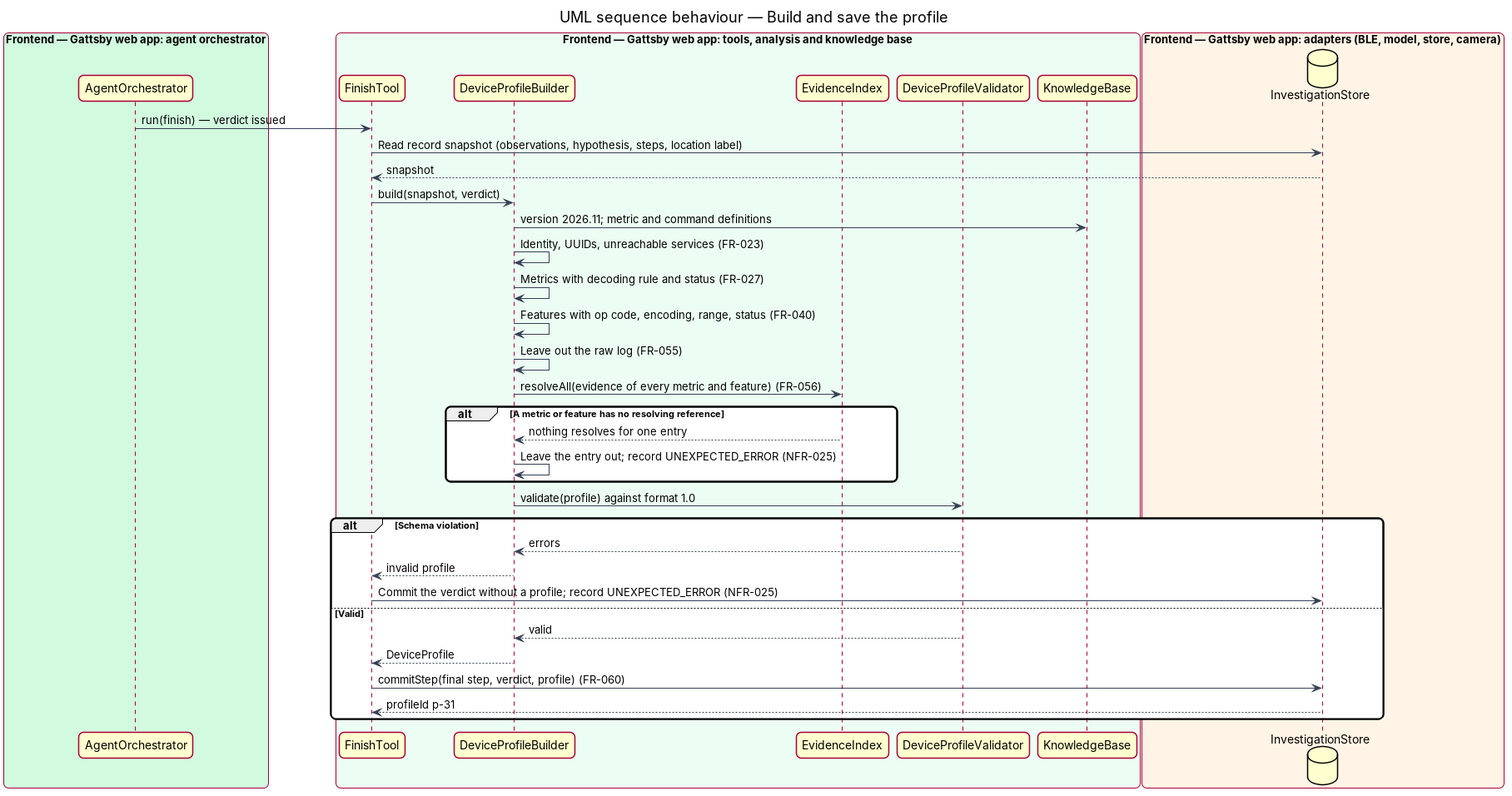
Before: docs/detailed-designs/outcome/build-the-device-profile/diagrams/sequence-build-and-save-the-profile.png, a diagram exported from PlantUML (QuinntyneBrown/gattsby). Its source is kept beside it as docs/detailed-designs/outcome/build-the-device-profile/diagrams/sequence-build-and-save-the-profile.puml.
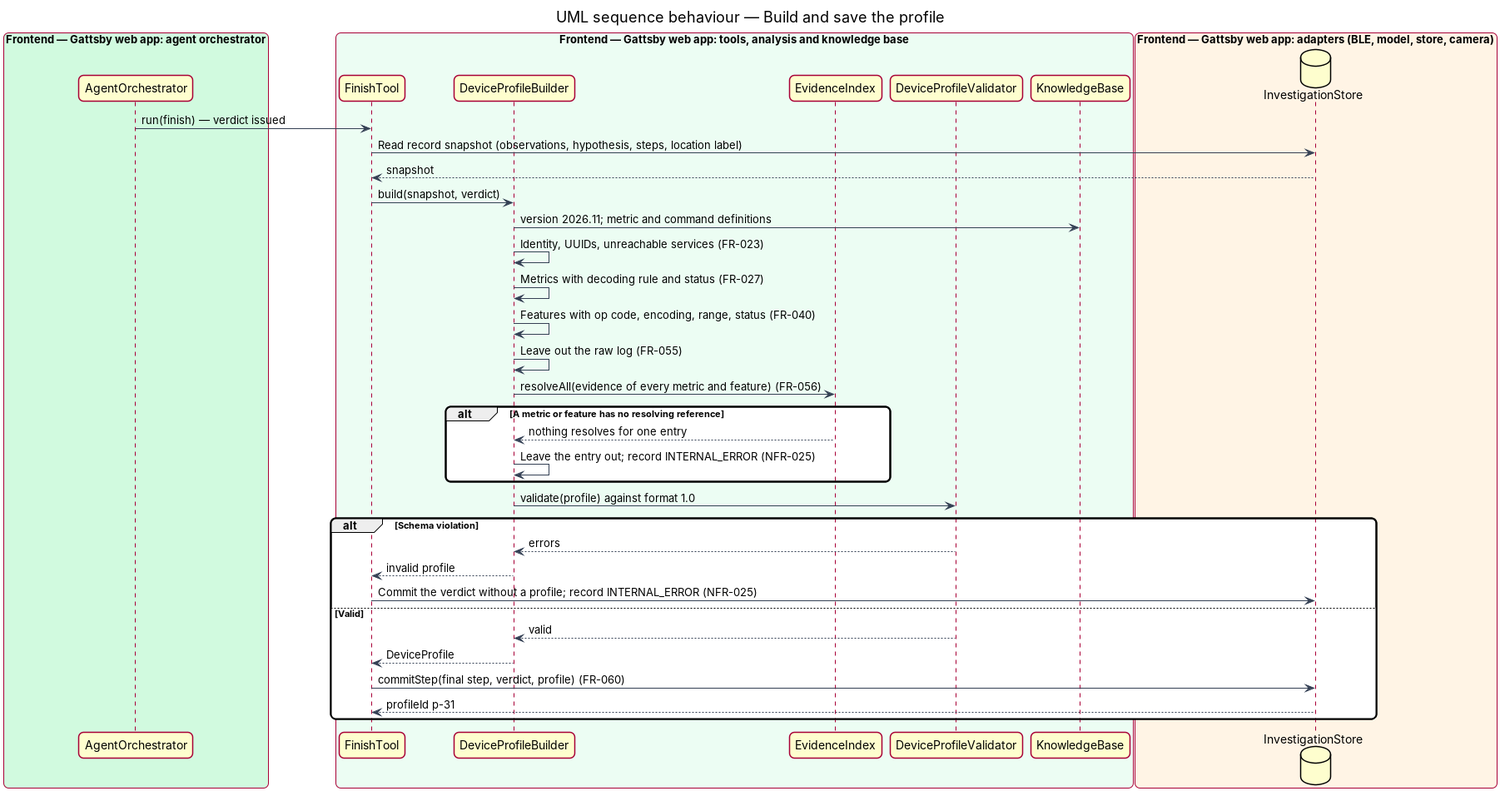
The same diagram one commit later.

The edit, as a diff of the source:
```diff
@@ -40,13 +40,13 @@
 builder -> index : resolveAll(evidence of every metric and feature) (FR-056)
 alt A metric or feature has no resolving reference
   index --> builder : nothing resolves for one entry
-  builder -> builder : Leave the entry out; record UNEXPECTED_ERROR (NFR-025)
+  builder -> builder : Leave the entry out; record INTERNAL_ERROR (NFR-025)
 end
 builder -> validator : validate(profile) against format 1.0
 alt Schema violation
   validator --> builder : errors
   builder --> finish : invalid profile
-  finish -> store : Commit the verdict without a profile; record UNEXPECTED_ERROR (NFR-025)
+  finish -> store : Commit the verdict without a profile; record INTERNAL_ERROR (NFR-025)
 else Valid
   validator --> builder : valid
   builder --> finish : DeviceProfile
```
